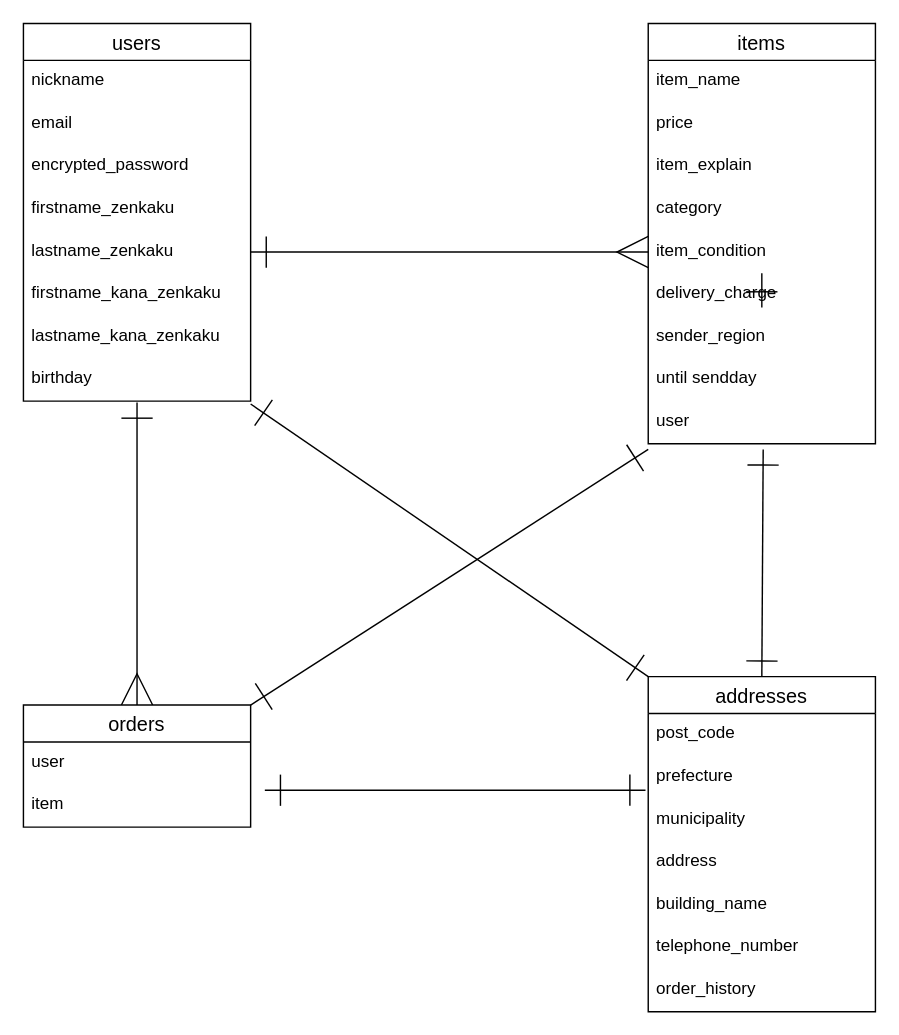
Above: furima.dio in yauyouyou/furima-39451 (draw.io), before the change. Source tidied: cells renumbered, new cells numbered last; positions are measured from the earlier drawing's top-left corner, leaving out a move shared by most shapes. Both pictures are drawn from the tidied source at 142%, with x=0, y=0 at pixel (23, 23).
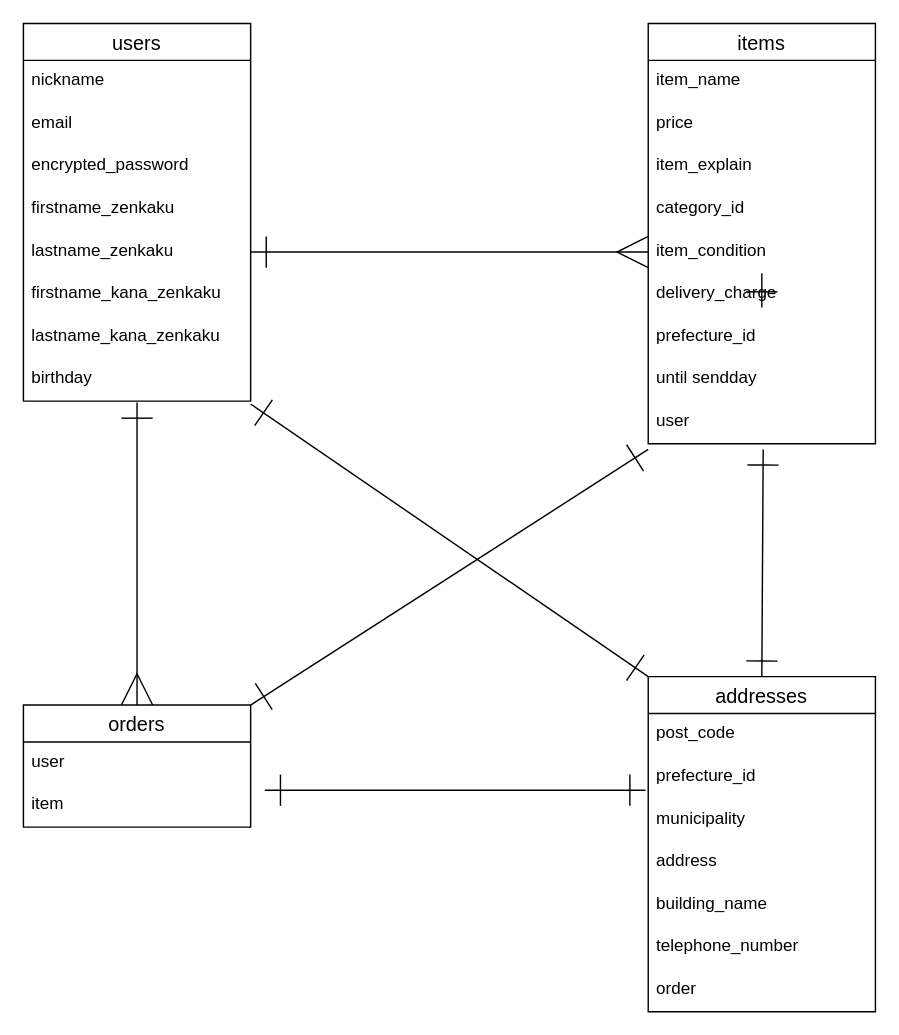
The same page after the edit.

Commit message (it also covers changes not shown here):
データベース設計修正3

Unchanged cells that the change refers to:
```xml
<mxCell id="11" value="items" style="swimlane;fontStyle=0;horizontal=1;startSize=26;align=center;fontSize=14;" parent="1" vertex="1">
  <mxGeometry x="440" width="160" height="296" as="geometry" />
</mxCell>
<mxCell id="28" value="addresses" style="swimlane;fontStyle=0;horizontal=1;startSize=26;align=center;fontSize=14;" parent="1" vertex="1">
  <mxGeometry x="440" y="460" width="160" height="236" as="geometry" />
</mxCell>
```

What changed in the source:
```diff
@@
-    <mxCell id="15" value="category" style="text;strokeColor=none;fillColor=none;spacingLeft=4;spacingRight=4;overflow=hidden;fontSize=12;" parent="11" vertex="1">
+    <mxCell id="15" value="category_id" style="text;strokeColor=none;fillColor=none;spacingLeft=4;spacingRight=4;overflow=hidden;fontSize=12;" parent="11" vertex="1">
       <mxGeometry y="116" width="160" height="30" as="geometry" />
     </mxCell>
@@
-    <mxCell id="18" value="sender_region" style="text;strokeColor=none;fillColor=none;spacingLeft=4;spacingRight=4;overflow=hidden;fontSize=12;" parent="11" vertex="1">
+    <mxCell id="18" value="prefecture_id" style="text;strokeColor=none;fillColor=none;spacingLeft=4;spacingRight=4;overflow=hidden;fontSize=12;" parent="11" vertex="1">
       <mxGeometry y="206" width="160" height="30" as="geometry" />
     </mxCell>
@@
-    <mxCell id="30" value="prefecture" style="text;strokeColor=none;fillColor=none;spacingLeft=4;spacingRight=4;overflow=hidden;points=[[0,0.5],[1,0.5]];portConstraint=eastwest;fontSize=12;" parent="28" vertex="1">
+    <mxCell id="30" value="prefecture_id" style="text;strokeColor=none;fillColor=none;spacingLeft=4;spacingRight=4;overflow=hidden;points=[[0,0.5],[1,0.5]];portConstraint=eastwest;fontSize=12;" parent="28" vertex="1">
       <mxGeometry y="56" width="160" height="30" as="geometry" />
     </mxCell>
@@
-    <mxCell id="35" value="order_history" style="text;strokeColor=none;fillColor=none;spacingLeft=4;spacingRight=4;overflow=hidden;fontSize=12;" parent="28" vertex="1">
+    <mxCell id="35" value="order" style="text;strokeColor=none;fillColor=none;spacingLeft=4;spacingRight=4;overflow=hidden;fontSize=12;" parent="28" vertex="1">
       <mxGeometry y="206" width="160" height="30" as="geometry" />
     </mxCell>
```
